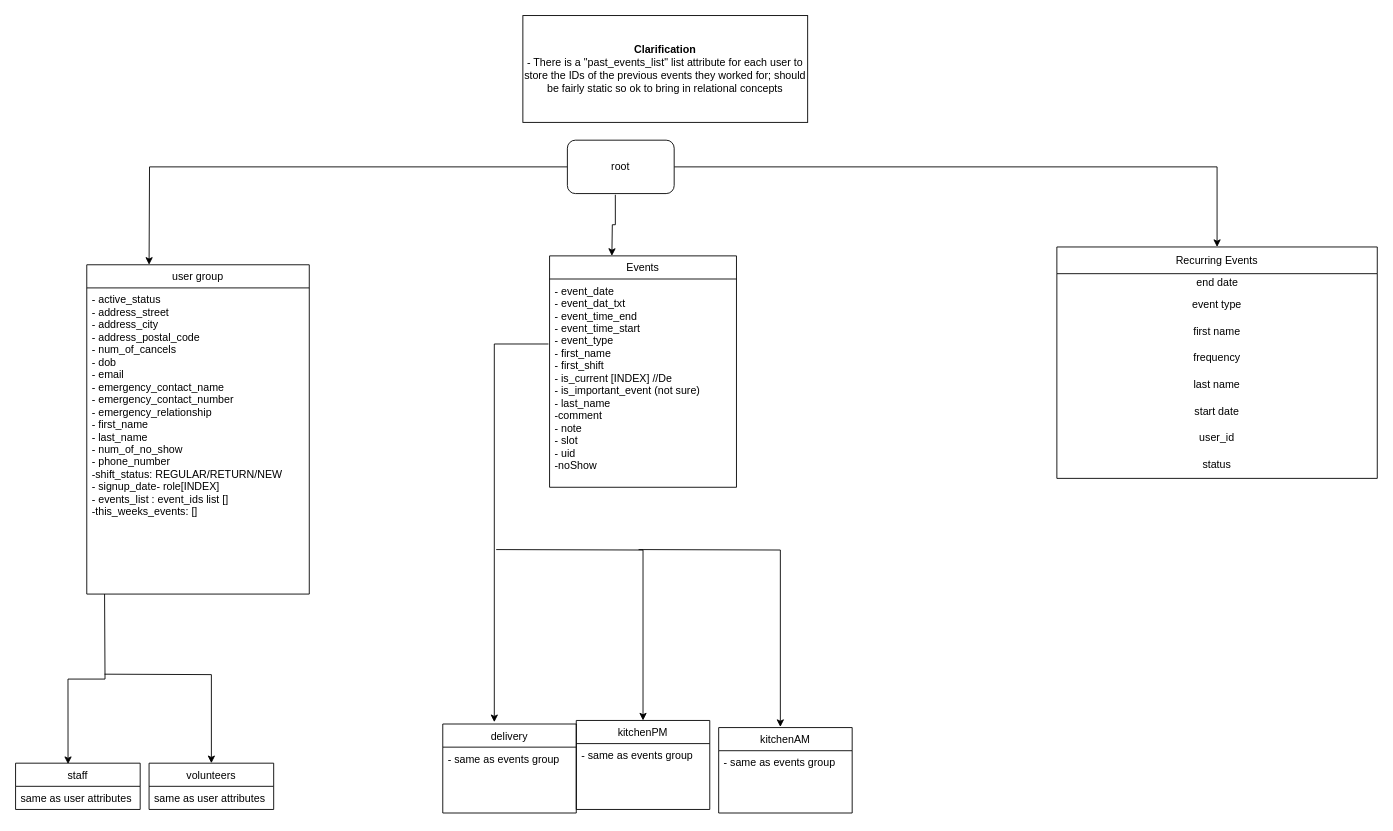
This is architecture_docs/db/sfl_santropol.drawio from Software-For-Love/client-santropol, a draw.io file, before an edit. Source tidied: cells renumbered, new cells numbered last; positions are measured from the earlier drawing's top-left corner, leaving out a move shared by most shapes. Both pictures are drawn from the tidied source at 89%, with x=0, y=0 at pixel (15, 15).
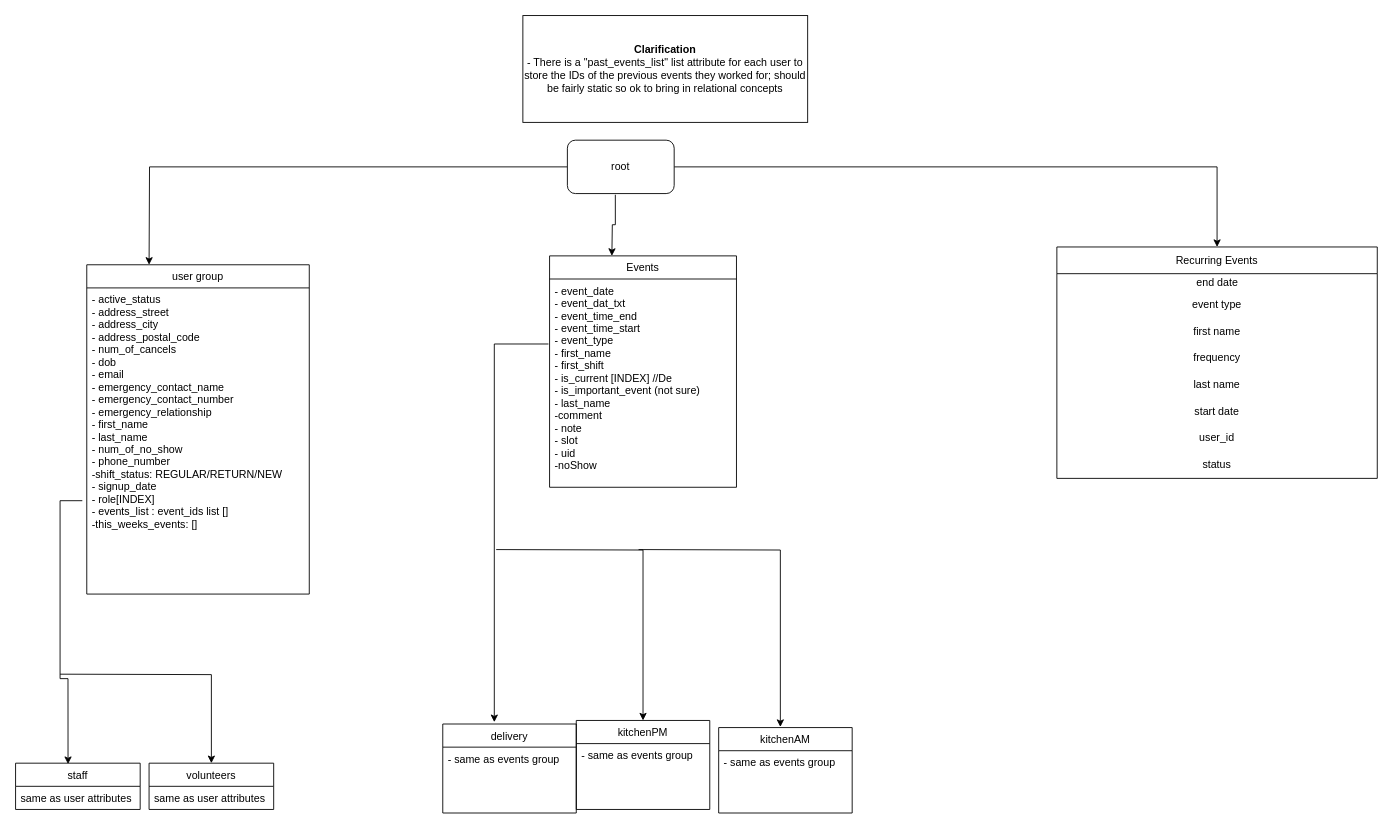
The same page after the edit.

Commit message:
slight change to better represent user role

The change refers to these unchanged cells:
```xml
<mxCell id="6" value="user group" style="swimlane;fontStyle=0;horizontal=1;startSize=26;fillColor=none;" parent="1" vertex="1">
  <mxGeometry x="80" y="280" width="250" height="370" as="geometry" />
</mxCell>
<mxCell id="8" value="volunteers" style="swimlane;fontStyle=0;horizontal=1;startSize=26;fillColor=none;" parent="1" vertex="1">
  <mxGeometry x="150" y="840" width="140" height="52" as="geometry" />
</mxCell>
<mxCell id="11" value="staff" style="swimlane;fontStyle=0;horizontal=1;startSize=26;fillColor=none;" parent="1" vertex="1">
  <mxGeometry y="840" width="140" height="52" as="geometry" />
</mxCell>
```

Change to the diagram source:
```diff
@@
-    <mxCell id="7" value="- active_status&#10;- address_street&#10;- address_city&#10;- address_postal_code&#10;- num_of_cancels&#10;- dob&#10;- email&#10;- emergency_contact_name&#10;- emergency_contact_number&#10;- emergency_relationship&#10;- first_name&#10;- last_name&#10;- num_of_no_show&#10;- phone_number&#10;-shift_status: REGULAR/RETURN/NEW&#10;- signup_date- role[INDEX]&#10;- events_list : event_ids list []&#10;-this_weeks_events: []&#10;&#10;&#10;" style="text;strokeColor=none;fillColor=none;align=left;verticalAlign=top;spacingLeft=4;spacingRight=4;overflow=hidden;points=[[0,0.5],[1,0.5]];portConstraint=eastwest;" parent="6" vertex="1">
+    <mxCell id="7" value="- active_status&#10;- address_street&#10;- address_city&#10;- address_postal_code&#10;- num_of_cancels&#10;- dob&#10;- email&#10;- emergency_contact_name&#10;- emergency_contact_number&#10;- emergency_relationship&#10;- first_name&#10;- last_name&#10;- num_of_no_show&#10;- phone_number&#10;-shift_status: REGULAR/RETURN/NEW&#10;- signup_date&#10;- role[INDEX]&#10;- events_list : event_ids list []&#10;-this_weeks_events: []&#10;&#10;&#10;" style="text;strokeColor=none;fillColor=none;align=left;verticalAlign=top;spacingLeft=4;spacingRight=4;overflow=hidden;points=[[0,0.5],[1,0.5]];portConstraint=eastwest;" parent="6" vertex="1">
       <mxGeometry y="26" width="250" height="344" as="geometry" />
     </mxCell>
@@
     <mxCell id="10" style="edgeStyle=orthogonalEdgeStyle;rounded=0;jettySize=auto;html=1;" parent="1" edge="1" target="8">
       <mxGeometry relative="1" as="geometry">
-        <mxPoint x="100" y="740" as="sourcePoint" />
+        <mxPoint x="50" y="740" as="sourcePoint" />
       </mxGeometry>
     </mxCell>
@@
-    <mxCell id="20" style="edgeStyle=orthogonalEdgeStyle;rounded=0;jettySize=auto;html=1;entryX=0.421;entryY=0.019;entryDx=0;entryDy=0;entryPerimeter=0;" parent="1" edge="1" target="11">
+    <mxCell id="20" style="edgeStyle=orthogonalEdgeStyle;rounded=0;jettySize=auto;html=1;entryX=0.421;entryY=0.019;entryDx=0;entryDy=0;entryPerimeter=0;exitX=-0.02;exitY=0.695;exitDx=0;exitDy=0;exitPerimeter=0;" parent="1" edge="1" source="7" target="11">
       <mxGeometry relative="1" as="geometry">
-        <mxPoint x="100" y="650" as="sourcePoint" />
+        <Array as="points">
+          <mxPoint x="50" y="545" />
+          <mxPoint x="50" y="745" />
+          <mxPoint x="59" y="745" />
+        </Array>
       </mxGeometry>
     </mxCell>
```
